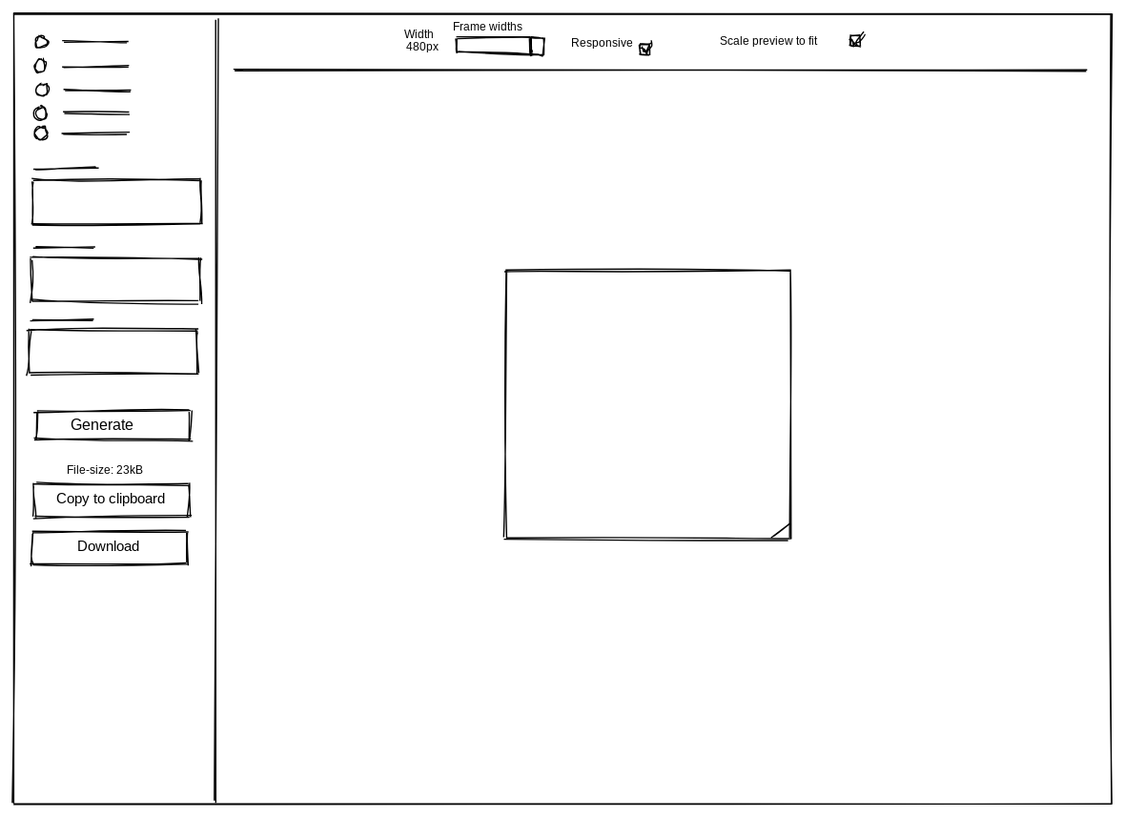
Earlier version of the Excalidraw export docs/ui-design_v2.svg (telegraph/milton). Source tidied: one line per element, renumbered; positions are measured from the earlier drawing's top-left corner, leaving out a move shared by most shapes.
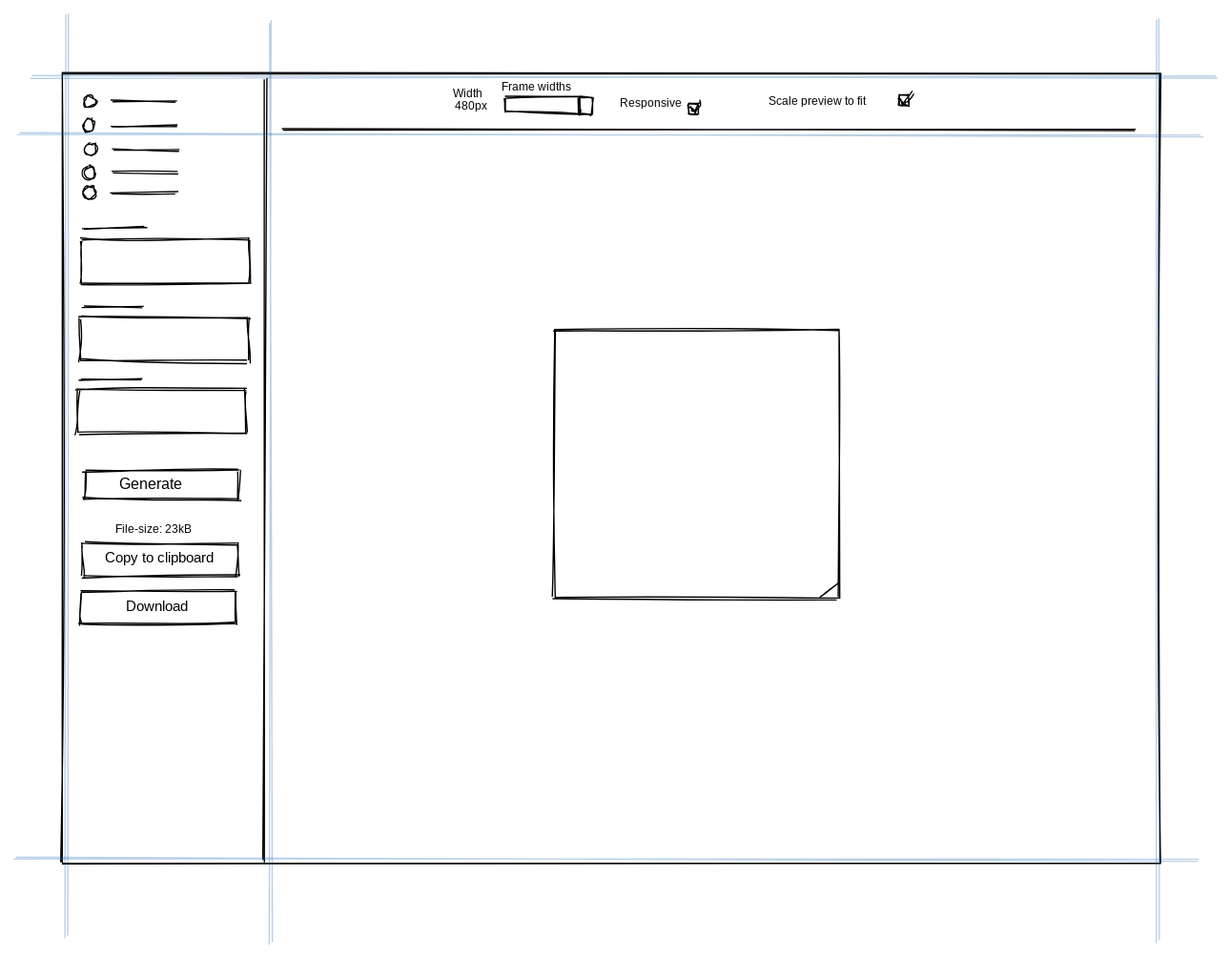
The same file after the commit.

What changed in the source:
```diff
@@ -37,3 +37,9 @@
 {"id": 36, "type": "rectangle", "strokeColor": "#000000", "strokeWidth": 1, "roughness": 1, "x": 369, "y": 192, "width": 213, "height": 201}
 {"id": 37, "type": "line", "strokeColor": "#000000", "strokeWidth": 1, "roughness": 1, "x": 569, "y": 393, "width": 12, "height": 10, "points": [[0, 0], [12, -10]]}
 {"id": 38, "type": "text", "text": "File-size: 23kB", "strokeColor": "#000000", "strokeWidth": 1, "roughness": 1, "fontSize": 8.87, "fontFamily": 1, "x": 40, "y": 334, "width": 67, "height": 14}
+{"id": 39, "type": "line", "strokeColor": "#1864ab", "strokeWidth": 1, "roughness": 1, "opacity": 30, "x": 156, "y": -39, "width": 0, "height": 692, "points": [[0, 0], [0, 692]]}
+{"id": 40, "type": "line", "strokeColor": "#1864ab", "strokeWidth": 1, "roughness": 1, "opacity": 30, "x": 4, "y": -44, "width": 0, "height": 692, "points": [[0, 0], [0, 692]]}
+{"id": 41, "type": "line", "strokeColor": "#1864ab", "strokeWidth": 1, "roughness": 1, "opacity": 30, "x": 821, "y": -40, "width": 0, "height": 692, "points": [[0, 0], [0, 692]]}
+{"id": 42, "type": "line", "strokeColor": "#1864ab", "strokeWidth": 1, "roughness": 1, "opacity": 30, "x": -33, "y": 47, "width": 888, "height": 0, "points": [[0, 0], [888, 0]]}
+{"id": 43, "type": "line", "strokeColor": "#1864ab", "strokeWidth": 1, "roughness": 1, "opacity": 30, "x": -36, "y": 589, "width": 888, "height": 0, "points": [[0, 0], [888, 0]]}
+{"id": 44, "type": "line", "strokeColor": "#1864ab", "strokeWidth": 1, "roughness": 1, "opacity": 30, "x": -22, "y": 3, "width": 888, "height": 0, "points": [[0, 0], [888, 0]]}
```
